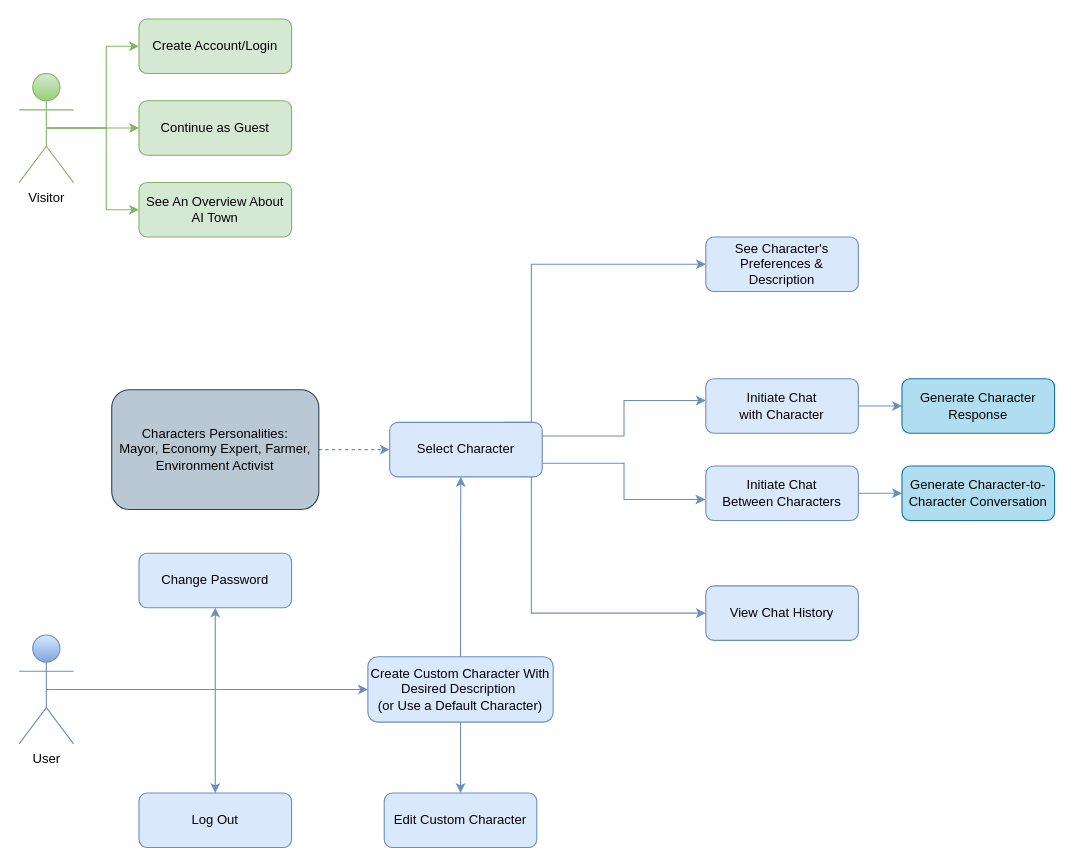
Above: schema/usecase_diagram.drawio in aminnademi/AIrium (draw.io), before the change. Source tidied: cells renumbered, new cells numbered last; positions are measured from the earlier drawing's top-left corner, leaving out a move shared by most shapes. Both pictures are drawn from the tidied source at 109%, with x=0, y=0 at pixel (19, 19).
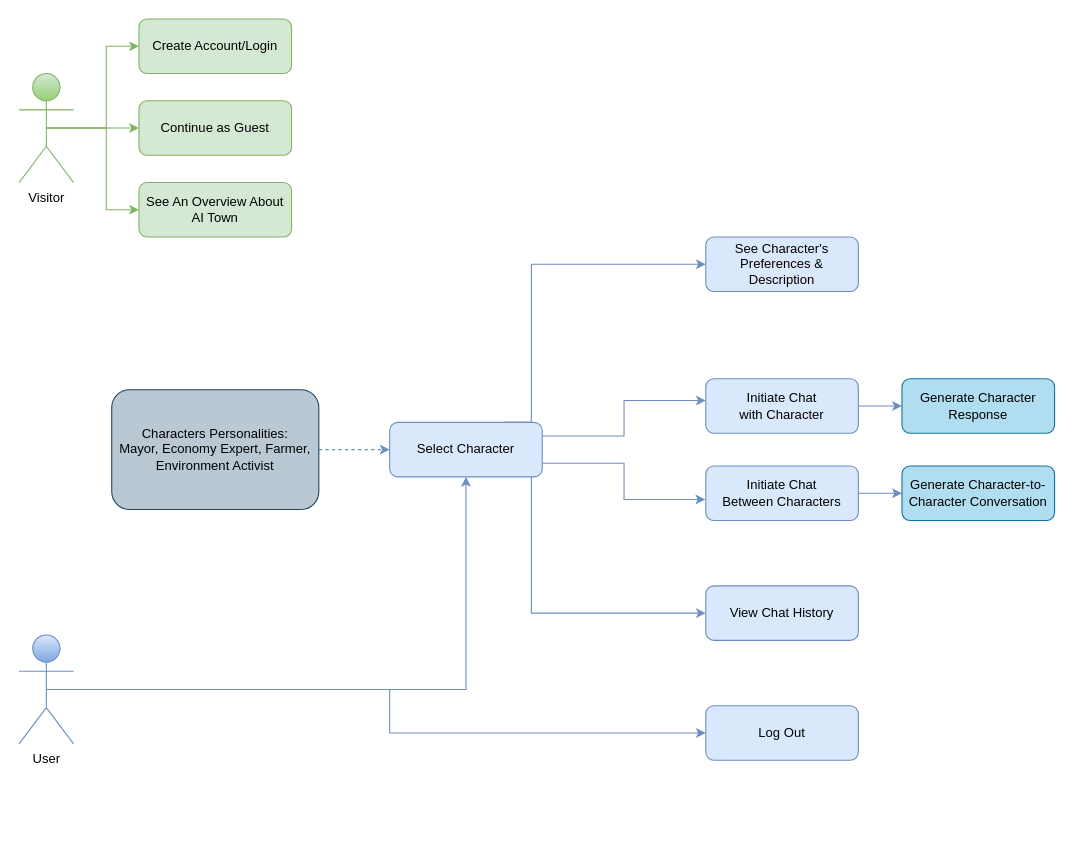
After the change.

The change refers to these unchanged cells:
```xml
<mxCell id="5" value="User" style="shape=umlActor;verticalLabelPosition=bottom;verticalAlign=top;html=1;outlineConnect=0;fillColor=#dae8fc;gradientColor=#7ea6e0;strokeColor=#6c8ebf;" parent="1" vertex="1">
  <mxGeometry y="565" width="50" height="100" as="geometry" />
</mxCell>
<mxCell id="9" value="Select Character" style="rounded=1;whiteSpace=wrap;html=1;fillColor=#dae8fc;strokeColor=#6c8ebf;" parent="1" vertex="1">
  <mxGeometry x="340" y="370" width="140" height="50" as="geometry" />
</mxCell>
```

The edit, as a diff of the source:
```diff
@@
-    <mxCell id="2" style="edgeStyle=orthogonalEdgeStyle;rounded=0;jettySize=auto;html=1;exitX=0.5;exitY=0.5;exitDx=0;exitDy=0;exitPerimeter=0;entryX=0;entryY=0.5;entryDx=0;entryDy=0;fillColor=#dae8fc;strokeColor=#6c8ebf;" parent="1" edge="1" source="5" target="28">
+    <mxCell id="2" style="edgeStyle=orthogonalEdgeStyle;rounded=0;jettySize=auto;html=1;exitX=0.5;exitY=0.5;exitDx=0;exitDy=0;exitPerimeter=0;fillColor=#dae8fc;strokeColor=#6c8ebf;" parent="1" edge="1" source="5" target="9">
       <mxGeometry relative="1" as="geometry" />
     </mxCell>
-    <mxCell id="3" style="edgeStyle=orthogonalEdgeStyle;rounded=0;jettySize=auto;html=1;exitX=0.5;exitY=0.5;exitDx=0;exitDy=0;exitPerimeter=0;entryX=0.5;entryY=1;entryDx=0;entryDy=0;fillColor=#dae8fc;strokeColor=#6c8ebf;" parent="1" edge="1" source="5" target="31">
-      <mxGeometry relative="1" as="geometry" />
-    </mxCell>
-    <mxCell id="4" style="edgeStyle=orthogonalEdgeStyle;rounded=0;jettySize=auto;html=1;exitX=0.5;exitY=0.5;exitDx=0;exitDy=0;exitPerimeter=0;entryX=0.5;entryY=0;entryDx=0;entryDy=0;fillColor=#dae8fc;strokeColor=#6c8ebf;" parent="1" edge="1" source="5" target="32">
+    <mxCell id="4" style="edgeStyle=orthogonalEdgeStyle;rounded=0;jettySize=auto;html=1;exitX=0.5;exitY=0.5;exitDx=0;exitDy=0;exitPerimeter=0;entryX=0;entryY=0.5;entryDx=0;entryDy=0;fillColor=#dae8fc;strokeColor=#6c8ebf;" parent="1" edge="1" source="5" target="32">
       <mxGeometry relative="1" as="geometry" />
     </mxCell>
@@
-    <mxCell id="26" style="edgeStyle=orthogonalEdgeStyle;rounded=0;jettySize=auto;html=1;exitX=0.5;exitY=0;exitDx=0;exitDy=0;entryX=0.466;entryY=1;entryDx=0;entryDy=0;entryPerimeter=0;fillColor=#dae8fc;strokeColor=#6c8ebf;" parent="1" edge="1" source="28" target="9">
-      <mxGeometry relative="1" as="geometry" />
-    </mxCell>
-    <mxCell id="27" style="edgeStyle=orthogonalEdgeStyle;rounded=0;jettySize=auto;html=1;exitX=0.5;exitY=1;exitDx=0;exitDy=0;entryX=0.5;entryY=0;entryDx=0;entryDy=0;fillColor=#dae8fc;strokeColor=#6c8ebf;" parent="1" edge="1" source="28" target="29">
-      <mxGeometry relative="1" as="geometry" />
-    </mxCell>
-    <mxCell id="28" value="Create Custom Character With Desired&amp;nbsp;&lt;span style=&quot;background-color: initial;&quot;&gt;Description&amp;nbsp;&lt;/span&gt;&lt;div&gt;&lt;span style=&quot;background-color: initial;&quot;&gt;(or Use a Default Character)&lt;/span&gt;&lt;/div&gt;" style="rounded=1;whiteSpace=wrap;html=1;fillColor=#dae8fc;strokeColor=#6c8ebf;" parent="1" vertex="1">
-      <mxGeometry x="320" y="585" width="170" height="60" as="geometry" />
-    </mxCell>
-    <mxCell id="29" value="Edit Custom Character" style="rounded=1;whiteSpace=wrap;html=1;fillColor=#dae8fc;strokeColor=#6c8ebf;" parent="1" vertex="1">
-      <mxGeometry x="335" y="710" width="140" height="50" as="geometry" />
-    </mxCell>
@@
-    <mxCell id="31" value="Change Password" style="rounded=1;whiteSpace=wrap;html=1;fillColor=#dae8fc;strokeColor=#6c8ebf;" parent="1" vertex="1">
-      <mxGeometry x="110" y="490" width="140" height="50" as="geometry" />
-    </mxCell>
     <mxCell id="32" value="Log Out" style="rounded=1;whiteSpace=wrap;html=1;fillColor=#dae8fc;strokeColor=#6c8ebf;" parent="1" vertex="1">
-      <mxGeometry x="110" y="710" width="140" height="50" as="geometry" />
+      <mxGeometry x="630" y="630" width="140" height="50" as="geometry" />
     </mxCell>
```
